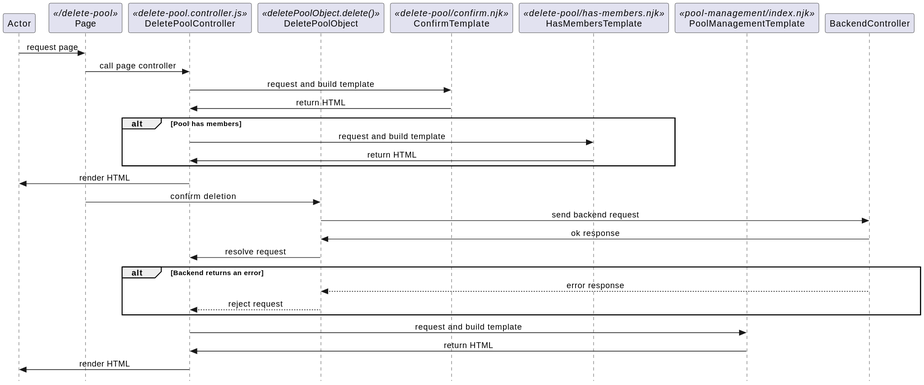
Before: umls/delete-pool.svg, a diagram exported from PlantUML (hmcts/juror-bureau).
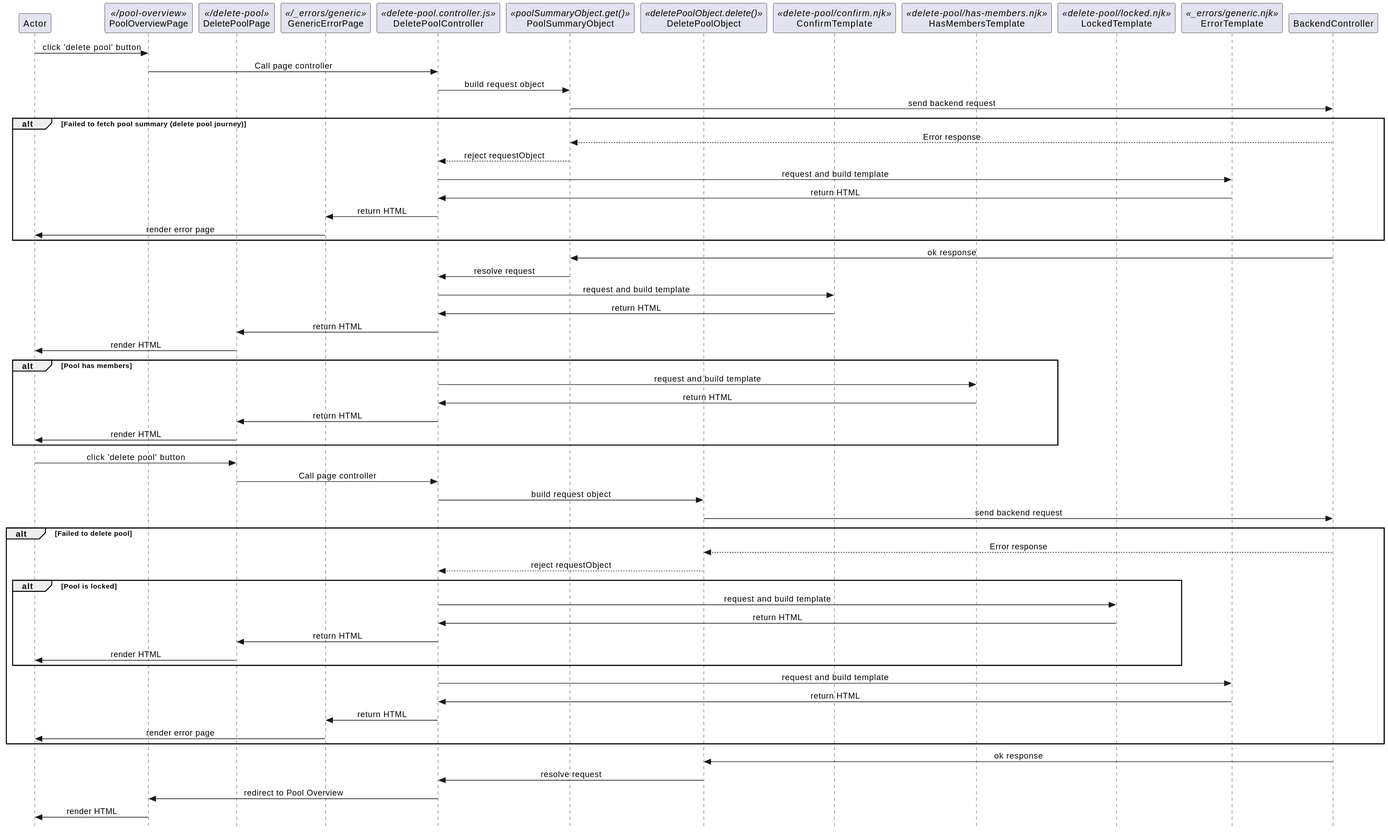
Later version of the same file.

What changed in the source:
```diff
@@ -1,51 +1,54 @@
-@startuml delete-pool
+@startuml
+hide unlinked
+!include generic-blocks.plantuml
 
 skinparam Style strictuml
 skinparam SequenceMessageAlignment center
 
 participant Actor
 
-participant Page <</delete-pool>>
+participant PoolOverviewPage <</pool-overview>>
+participant DeletePoolPage <</delete-pool>>
+participant GenericErrorPage <</_errors/generic>>
 
 participant DeletePoolController <<delete-pool.controller.js>>
+participant PoolSummaryObject <<poolSummaryObject.get()>>
 participant DeletePoolObject <<deletePoolObject.delete()>>
 
 participant ConfirmTemplate <<delete-pool/confirm.njk>>
 participant HasMembersTemplate <<delete-pool/has-members.njk>>
-participant PoolManagementTemplate <<pool-management/index.njk>>
-
+participant LockedTemplate <<delete-pool/locked.njk>>
+participant ErrorTemplate <<_errors/generic.njk>>
 
 participant BackendController
 
 
-
-Actor -> Page : request page
-
-Page -> DeletePoolController : call page controller
-
-DeletePoolController -> ConfirmTemplate : request and build template
-DeletePoolController <- ConfirmTemplate : return HTML
-
+Actor -> PoolOverviewPage : click 'delete pool' button
+PoolOverviewPage -> DeletePoolController : Call page controller
+$genericAPICall(DeletePoolController, PoolSummaryObject, ErrorTemplate, "Failed to fetch pool summary (delete pool journey)")
+$renderTemplateToPage(DeletePoolController, ConfirmTemplate, DeletePoolPage)
 alt Pool has members
-  DeletePoolController -> HasMembersTemplate : request and build template
-  DeletePoolController <- HasMembersTemplate : return HTML
+  $renderTemplateToPage(DeletePoolController, HasMembersTemplate, DeletePoolPage)
 end
 
-Actor <- DeletePoolController : render HTML
+Actor -> DeletePoolPage : click 'delete pool' button
+DeletePoolPage -> DeletePoolController : Call page controller
+DeletePoolController -> DeletePoolObject : build request object
+DeletePoolObject -> BackendController : send backend request
 
-Page -> DeletePoolObject : confirm deletion
-DeletePoolObject -> BackendController : send backend request
+alt Failed to delete pool
+  DeletePoolObject <-- BackendController : Error response
+  DeletePoolController <-- DeletePoolObject : reject requestObject
+
+  alt Pool is locked
+    $renderTemplateToPage(DeletePoolController, LockedTemplate, DeletePoolPage)
+  end
+
+  $renderGenericErrorPage(DeletePoolController, ErrorTemplate)
+end
+
 DeletePoolObject <- BackendController : ok response
 DeletePoolController <- DeletePoolObject : resolve request
-
-alt Backend returns an error
-  DeletePoolObject <-- BackendController : error response
-  DeletePoolController <-- DeletePoolObject : reject request
-end
-
-DeletePoolController -> PoolManagementTemplate : request and build template
-DeletePoolController <- PoolManagementTemplate : return HTML
-
-Actor <- DeletePoolController : render HTML
-
+PoolOverviewPage <- DeletePoolController : redirect to Pool Overview
+Actor <- PoolOverviewPage : render HTML
 @enduml
```
